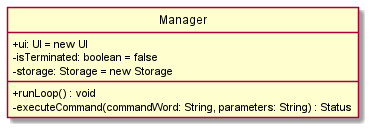
This is docs/diagrams/ManagerClass.png from nus-cs2113-AY2122S2/tp, a PlantUML export, as it was before one commit.
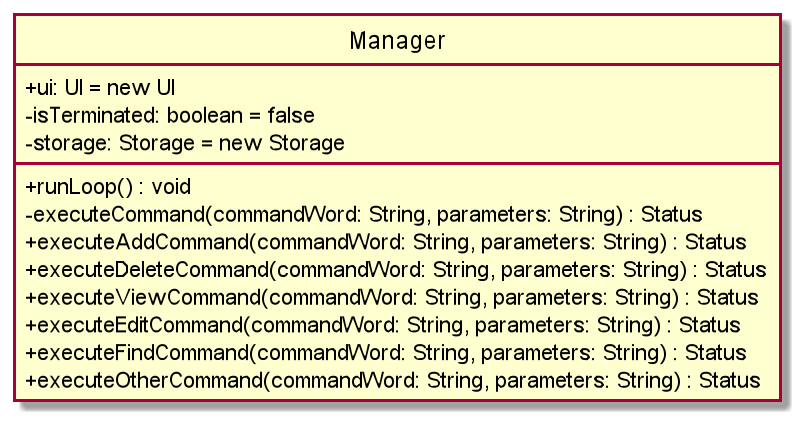
After the commit.

The edit, as a diff of the source:
```diff
@@ -7,6 +7,12 @@
 - storage: Storage = new Storage
 + runLoop() : void
 - executeCommand(commandWord: String, parameters: String) : Status
++ executeAddCommand(commandWord: String, parameters: String) : Status
++ executeDeleteCommand(commandWord: String, parameters: String) : Status
++ executeViewCommand(commandWord: String, parameters: String) : Status
++ executeEditCommand(commandWord: String, parameters: String) : Status
++ executeFindCommand(commandWord: String, parameters: String) : Status
++ executeOtherCommand(commandWord: String, parameters: String) : Status
 }
 
 
```
